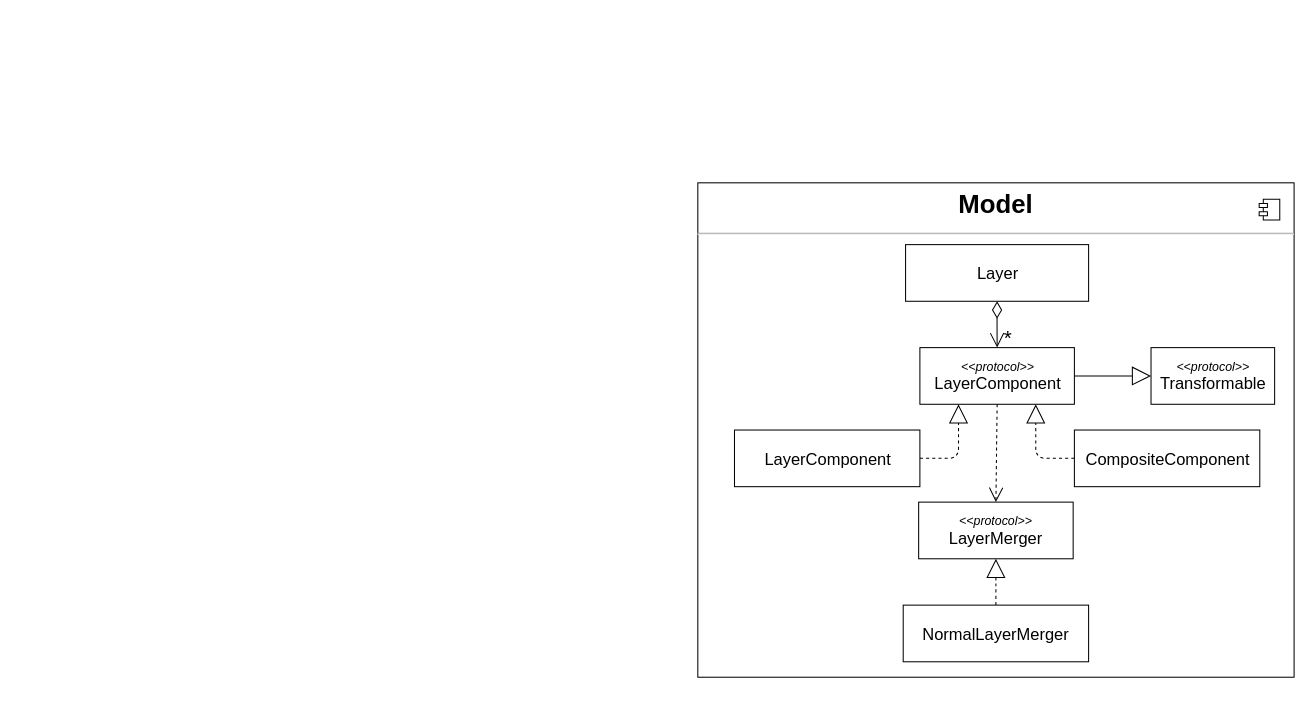
CS3217-Storyteller/storyteller-app keeps this draw.io diagram as diagrams/ModelDiagram.drawio. Above is the earlier version. Source tidied: cells renumbered, new cells numbered last; positions are measured from the earlier drawing's top-left corner, leaving out a move shared by most shapes. Both pictures are drawn from the tidied source at 103%, with x=0, y=0 at pixel (697, 182).
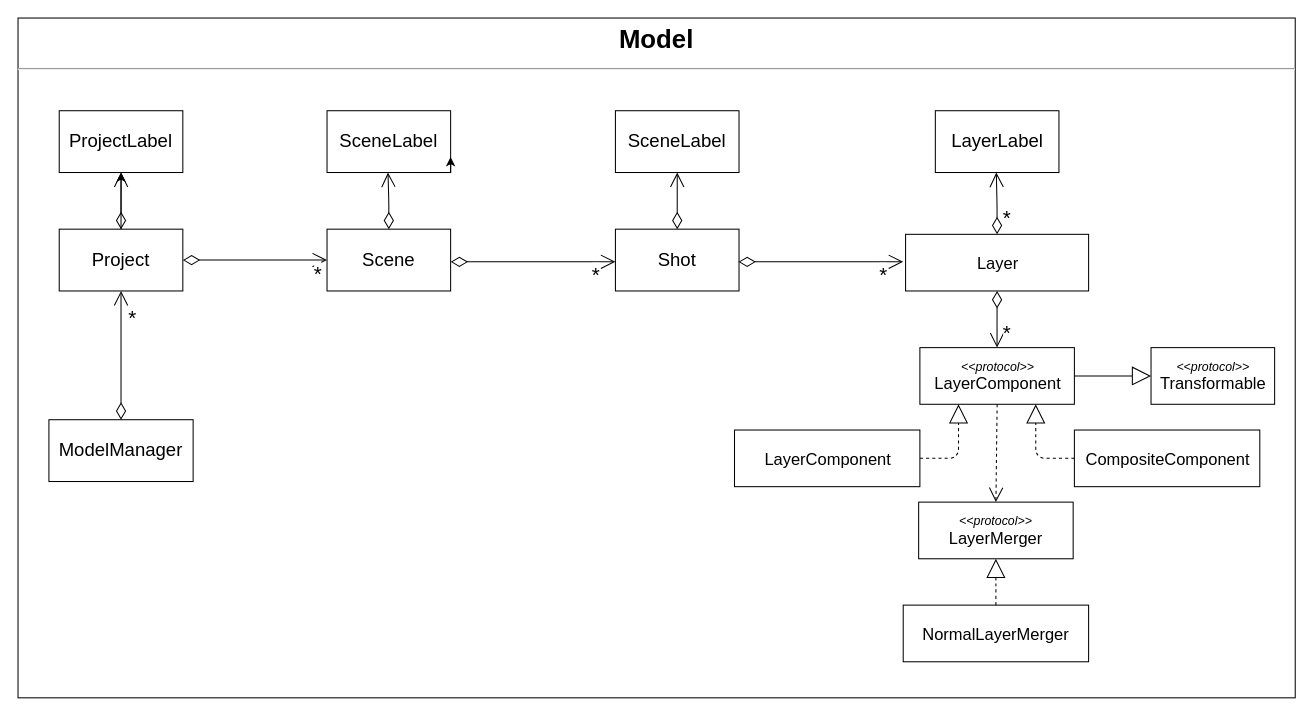
Above is the later version.

Commit message (it also covers changes not shown here):
Update model diagram

Unchanged cells that the change refers to:
```xml
<mxCell id="11" value="&lt;font&gt;&lt;font style=&quot;font-size: 12px&quot;&gt;&lt;i&gt;&amp;lt;&amp;lt;protocol&amp;gt;&amp;gt;&lt;/i&gt;&lt;/font&gt;&lt;br&gt;&lt;span style=&quot;font-size: 16px&quot;&gt;LayerComponent&lt;/span&gt;&lt;br&gt;&lt;/font&gt;" style="html=1;" parent="1" vertex="1">
  <mxGeometry x="215.6" y="160" width="150" height="55" as="geometry" />
</mxCell>
```

What changed in the source:
```diff
@@
     <mxCell id="2" value="&lt;p style=&quot;margin: 6px 0px 0px ; text-align: center ; font-size: 25px&quot;&gt;&lt;b&gt;&lt;font style=&quot;font-size: 25px&quot;&gt;Model&lt;/font&gt;&lt;/b&gt;&lt;/p&gt;&lt;hr style=&quot;font-size: 25px&quot;&gt;&lt;p style=&quot;margin: 0px 0px 0px 8px ; font-size: 25px&quot;&gt;&lt;br&gt;&lt;/p&gt;" style="align=left;overflow=fill;html=1;" parent="1" vertex="1">
-      <mxGeometry width="578.9" height="480" as="geometry" />
+      <mxGeometry x="-660" y="-160" width="1240" height="660" as="geometry" />
     </mxCell>
@@
-    <mxCell id="4" style="shape=component;jettyWidth=8;jettyHeight=4;" parent="1" vertex="1">
-      <mxGeometry x="545" y="16" width="20" height="20" as="geometry">
-        <mxPoint x="-24" y="4" as="offset" />
-      </mxGeometry>
-    </mxCell>
     <mxCell id="5" value="&lt;span style=&quot;font-size: 16px&quot;&gt;Layer&lt;/span&gt;" style="html=1;" parent="1" vertex="1">
-      <mxGeometry x="201.7" y="60" width="177.7" height="55" as="geometry" />
+      <mxGeometry x="201.7" y="50" width="177.7" height="55" as="geometry" />
     </mxCell>
@@
     <mxCell id="7" style="endArrow=open;html=1;endSize=12;startArrow=diamondThin;startSize=14;startFill=0;edgeStyle=orthogonalEdgeStyle;align=left;verticalAlign=bottom;exitX=0.5;exitY=1;exitDx=0;exitDy=0;" parent="1" edge="1" source="5" target="11">
-      <mxGeometry x="471.5" y="-801" as="geometry" />
+      <mxGeometry x="471.5" y="-801" as="geometry">
+        <Array as="points">
+          <mxPoint x="291" y="130" />
+          <mxPoint x="291" y="130" />
+        </Array>
+      </mxGeometry>
     </mxCell>
@@
+    <mxCell id="19" style="edgeStyle=orthogonalEdgeStyle;rounded=0;jettySize=auto;html=1;" parent="1" edge="1" source="20" target="32">
+      <mxGeometry relative="1" as="geometry" />
+    </mxCell>
+    <mxCell id="20" value="&lt;span style=&quot;font-size: 18px&quot;&gt;Project&lt;/span&gt;" style="rounded=0;whiteSpace=wrap;html=1;" parent="1" vertex="1">
+      <mxGeometry x="-620" y="45" width="120" height="60" as="geometry" />
+    </mxCell>
+    <mxCell id="21" value="&lt;span style=&quot;font-size: 18px&quot;&gt;Scene&lt;/span&gt;" style="rounded=0;whiteSpace=wrap;html=1;" parent="1" vertex="1">
+      <mxGeometry x="-360" y="45" width="120" height="60" as="geometry" />
+    </mxCell>
+    <mxCell id="22" style="endArrow=open;html=1;endSize=12;startArrow=diamondThin;startSize=14;startFill=0;edgeStyle=orthogonalEdgeStyle;align=left;verticalAlign=bottom;exitX=0.5;exitY=0;exitDx=0;exitDy=0;" parent="1" edge="1" source="23">
+      <mxGeometry x="155.1" y="-916" as="geometry">
+        <mxPoint x="-20" y="-10" as="targetPoint" />
+      </mxGeometry>
+    </mxCell>
+    <mxCell id="23" value="&lt;span style=&quot;font-size: 18px&quot;&gt;Shot&lt;/span&gt;" style="rounded=0;whiteSpace=wrap;html=1;" parent="1" vertex="1">
+      <mxGeometry x="-80" y="45" width="120" height="60" as="geometry" />
+    </mxCell>
+    <mxCell id="24" style="endArrow=open;html=1;endSize=12;startArrow=diamondThin;startSize=14;startFill=0;edgeStyle=orthogonalEdgeStyle;align=left;verticalAlign=bottom;exitX=0.5;exitY=0;exitDx=0;exitDy=0;entryX=0.5;entryY=0;entryDx=0;entryDy=0;" parent="1" edge="1" source="5">
+      <mxGeometry x="470.7" y="-916" as="geometry">
+        <mxPoint x="289.8" y="-10" as="targetPoint" />
+      </mxGeometry>
+    </mxCell>
+    <mxCell id="25" value="&lt;font style=&quot;font-size: 20px&quot;&gt;*&lt;/font&gt;" style="edgeLabel;html=1;align=center;verticalAlign=middle;" parent="24" vertex="1">
+      <mxGeometry relative="1" as="geometry">
+        <mxPoint x="9.4" y="12" as="offset" />
+      </mxGeometry>
+    </mxCell>
+    <mxCell id="26" style="endArrow=open;html=1;endSize=12;startArrow=diamondThin;startSize=14;startFill=0;edgeStyle=orthogonalEdgeStyle;align=left;verticalAlign=bottom;exitX=1;exitY=0.5;exitDx=0;exitDy=0;entryX=0;entryY=0.5;entryDx=0;entryDy=0;" parent="1" edge="1" source="20" target="21">
+      <mxGeometry x="-159.1" y="-681" as="geometry" />
+    </mxCell>
+    <mxCell id="27" value="&lt;font style=&quot;font-size: 20px&quot;&gt;*&lt;/font&gt;" style="edgeLabel;html=1;align=center;verticalAlign=middle;" parent="26" vertex="1">
+      <mxGeometry relative="1" as="geometry">
+        <mxPoint x="60" y="12" as="offset" />
+      </mxGeometry>
+    </mxCell>
+    <mxCell id="28" style="endArrow=open;html=1;endSize=12;startArrow=diamondThin;startSize=14;startFill=0;edgeStyle=orthogonalEdgeStyle;align=left;verticalAlign=bottom;exitX=1;exitY=0.5;exitDx=0;exitDy=0;entryX=0;entryY=0.5;entryDx=0;entryDy=0;" parent="1" edge="1">
+      <mxGeometry x="90.9" y="-684.3" as="geometry">
+        <mxPoint x="-240" y="76.7" as="sourcePoint" />
+        <mxPoint x="-80" y="76.7" as="targetPoint" />
+      </mxGeometry>
+    </mxCell>
+    <mxCell id="29" value="&lt;font style=&quot;font-size: 20px&quot;&gt;*&lt;/font&gt;" style="edgeLabel;html=1;align=center;verticalAlign=middle;" parent="28" vertex="1">
+      <mxGeometry relative="1" as="geometry">
+        <mxPoint x="60" y="12" as="offset" />
+      </mxGeometry>
+    </mxCell>
+    <mxCell id="30" style="endArrow=open;html=1;endSize=12;startArrow=diamondThin;startSize=14;startFill=0;edgeStyle=orthogonalEdgeStyle;align=left;verticalAlign=bottom;exitX=1;exitY=0.5;exitDx=0;exitDy=0;entryX=0;entryY=0.5;entryDx=0;entryDy=0;" parent="1" edge="1">
+      <mxGeometry x="370.3" y="-684.3" as="geometry">
+        <mxPoint x="39.4" y="76.7" as="sourcePoint" />
+        <mxPoint x="199.4" y="76.7" as="targetPoint" />
+      </mxGeometry>
+    </mxCell>
+    <mxCell id="31" value="&lt;font style=&quot;font-size: 20px&quot;&gt;*&lt;/font&gt;" style="edgeLabel;html=1;align=center;verticalAlign=middle;" parent="30" vertex="1">
+      <mxGeometry relative="1" as="geometry">
+        <mxPoint x="60" y="12" as="offset" />
+      </mxGeometry>
+    </mxCell>
+    <mxCell id="32" value="&lt;span style=&quot;font-size: 18px&quot;&gt;ProjectLabel&lt;/span&gt;" style="rounded=0;whiteSpace=wrap;html=1;" parent="1" vertex="1">
+      <mxGeometry x="-620" y="-70" width="120" height="60" as="geometry" />
+    </mxCell>
+    <mxCell id="33" value="&lt;span style=&quot;font-size: 18px&quot;&gt;SceneLabel&lt;/span&gt;" style="rounded=0;whiteSpace=wrap;html=1;" parent="1" vertex="1">
+      <mxGeometry x="-360" y="-70" width="120" height="60" as="geometry" />
+    </mxCell>
+    <mxCell id="34" style="edgeStyle=orthogonalEdgeStyle;rounded=0;orthogonalLoop=1;jettySize=auto;html=1;exitX=0.75;exitY=1;exitDx=0;exitDy=0;entryX=1;entryY=0.75;entryDx=0;entryDy=0;" parent="1" edge="1" source="33" target="33">
+      <mxGeometry relative="1" as="geometry" />
+    </mxCell>
+    <mxCell id="35" value="&lt;span style=&quot;font-size: 18px&quot;&gt;SceneLabel&lt;/span&gt;" style="rounded=0;whiteSpace=wrap;html=1;" parent="1" vertex="1">
+      <mxGeometry x="-80" y="-70" width="120" height="60" as="geometry" />
+    </mxCell>
+    <mxCell id="36" value="&lt;span style=&quot;font-size: 18px&quot;&gt;LayerLabel&lt;/span&gt;" style="rounded=0;whiteSpace=wrap;html=1;" parent="1" vertex="1">
+      <mxGeometry x="230.6" y="-70" width="120" height="60" as="geometry" />
+    </mxCell>
+    <mxCell id="37" style="endArrow=open;html=1;endSize=12;startArrow=diamondThin;startSize=14;startFill=0;edgeStyle=orthogonalEdgeStyle;align=left;verticalAlign=bottom;exitX=0.5;exitY=0;exitDx=0;exitDy=0;entryX=0.5;entryY=0;entryDx=0;entryDy=0;" parent="1" edge="1" source="20">
+      <mxGeometry x="-379" y="-916" as="geometry">
+        <mxPoint x="-559.9" y="-10" as="targetPoint" />
+      </mxGeometry>
+    </mxCell>
+    <mxCell id="38" style="endArrow=open;html=1;endSize=12;startArrow=diamondThin;startSize=14;startFill=0;edgeStyle=orthogonalEdgeStyle;align=left;verticalAlign=bottom;exitX=0.5;exitY=0;exitDx=0;exitDy=0;entryX=0.5;entryY=0;entryDx=0;entryDy=0;" parent="1" edge="1" source="21">
+      <mxGeometry x="-119.9" y="-916" as="geometry">
+        <mxPoint x="-300.8" y="-10" as="targetPoint" />
+      </mxGeometry>
+    </mxCell>
+    <mxCell id="39" value="&lt;span style=&quot;font-size: 18px&quot;&gt;ModelManager&lt;/span&gt;" style="rounded=0;whiteSpace=wrap;html=1;" parent="1" vertex="1">
+      <mxGeometry x="-630" y="230" width="140" height="60" as="geometry" />
+    </mxCell>
+    <mxCell id="40" style="endArrow=open;html=1;endSize=12;startArrow=diamondThin;startSize=14;startFill=0;edgeStyle=orthogonalEdgeStyle;align=left;verticalAlign=bottom;exitX=0.5;exitY=0;exitDx=0;exitDy=0;entryX=0.5;entryY=1;entryDx=0;entryDy=0;" parent="1" edge="1" source="39" target="20">
+      <mxGeometry x="-209.1" y="-561" as="geometry" />
+    </mxCell>
+    <mxCell id="41" value="&lt;font style=&quot;font-size: 20px&quot;&gt;*&lt;/font&gt;" style="edgeLabel;html=1;align=center;verticalAlign=middle;" parent="40" vertex="1">
+      <mxGeometry relative="1" as="geometry">
+        <mxPoint x="10" y="-36.7" as="offset" />
+      </mxGeometry>
+    </mxCell>
```
